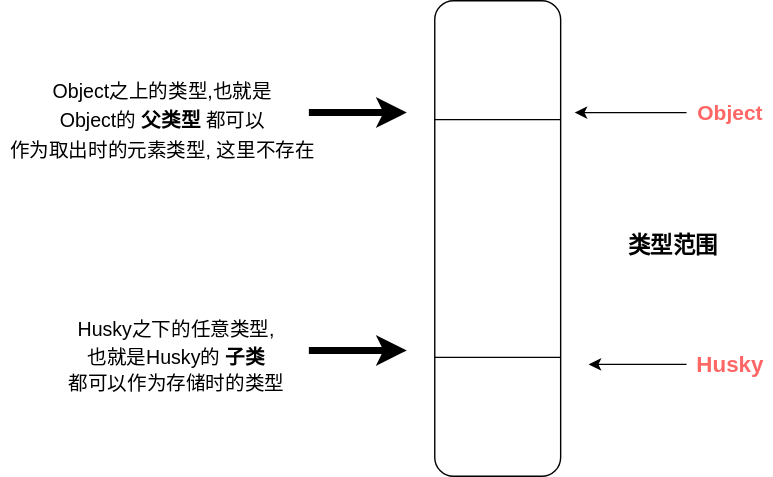
This is java/basis/genric/images/lower-bound.drawio.svg from soloveri/notes-of-cs, a draw.io export, as it was before one commit. Source tidied: cells renumbered, new cells last; positions are measured from the earlier drawing's top-left corner, leaving out a move shared by most shapes.
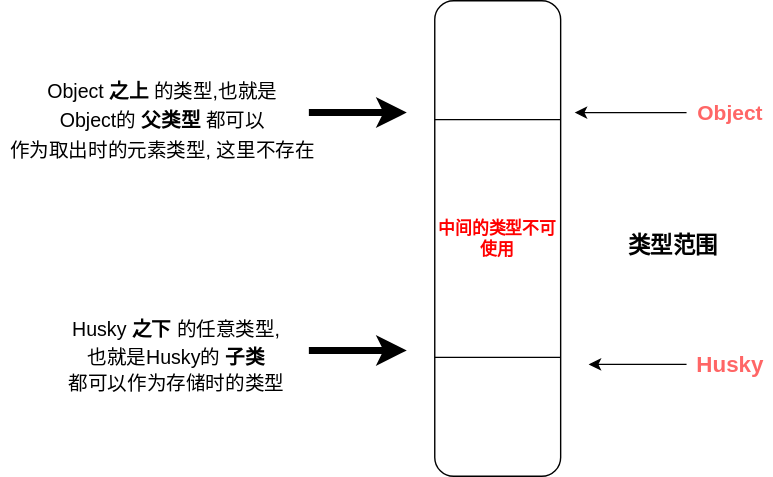
Later version of the same file.

Commit message:
update generic pic

The edit, as a diff of the source:
```diff
@@ -14,7 +14,7 @@
         <mxPoint x="290" y="250" as="targetPoint" />
       </mxGeometry>
     </mxCell>
-    <mxCell id="4" style="rounded=1;whiteSpace=wrap;html=1;" parent="1" vertex="1">
+    <mxCell id="4" value="&lt;b&gt;&lt;font color=&quot;#ff0000&quot;&gt;中间的类型不可使用&lt;/font&gt;&lt;/b&gt;" style="rounded=1;whiteSpace=wrap;html=1;" parent="1" vertex="1">
       <mxGeometry x="310" width="90" height="340" as="geometry" />
     </mxCell>
     <mxCell id="5" value="&lt;font style=&quot;font-size: 16px&quot;&gt;&lt;b&gt;类型范围&lt;/b&gt;&lt;/font&gt;" style="text;html=1;align=center;verticalAlign=middle;" parent="1" vertex="1">
@@ -44,10 +44,10 @@
     <mxCell id="11" value="&lt;font color=&quot;#ff6666&quot;&gt;&lt;span style=&quot;font-size: 16px&quot;&gt;&lt;b&gt;Husky&lt;/b&gt;&lt;/span&gt;&lt;/font&gt;" style="text;html=1;align=center;verticalAlign=middle;" parent="1" vertex="1">
       <mxGeometry x="491" y="250" width="60" height="20" as="geometry" />
     </mxCell>
-    <mxCell id="12" value="&lt;p style=&quot;line-height: 150% ; font-size: 14px&quot;&gt;Object之上的类型,也就是&lt;br&gt;Object的&lt;b&gt;父类型&lt;/b&gt;都可以&lt;br&gt;作为取出时的元素类型,&lt;span&gt;这里不存在&lt;/span&gt;&lt;/p&gt;" style="text;html=1;align=center;verticalAlign=middle;" parent="1" vertex="1">
+    <mxCell id="12" value="&lt;p style=&quot;line-height: 150% ; font-size: 14px&quot;&gt;Object&lt;b&gt;之上&lt;/b&gt;的类型,也就是&lt;br&gt;Object的&lt;b&gt;父类型&lt;/b&gt;都可以&lt;br&gt;作为取出时的元素类型,&lt;span&gt;这里不存在&lt;/span&gt;&lt;/p&gt;" style="text;html=1;align=center;verticalAlign=middle;" parent="1" vertex="1">
       <mxGeometry y="36" width="230" height="100" as="geometry" />
     </mxCell>
-    <mxCell id="13" value="&lt;font style=&quot;font-size: 14px ; line-height: 140%&quot;&gt;Husky之下的任意类型,&lt;br&gt;也就是Husky的&lt;b&gt;子类&lt;/b&gt;&lt;br&gt;都可以作为存储时的类型&lt;/font&gt;" style="text;html=1;align=center;verticalAlign=middle;" parent="1" vertex="1">
+    <mxCell id="13" value="&lt;font style=&quot;font-size: 14px ; line-height: 140%&quot;&gt;Husky&lt;b&gt;之下&lt;/b&gt;的任意类型,&lt;br&gt;也就是Husky的&lt;b&gt;子类&lt;/b&gt;&lt;br&gt;都可以作为存储时的类型&lt;/font&gt;" style="text;html=1;align=center;verticalAlign=middle;" parent="1" vertex="1">
       <mxGeometry x="40" y="225" width="170" height="60" as="geometry" />
     </mxCell>
   </root>
```
